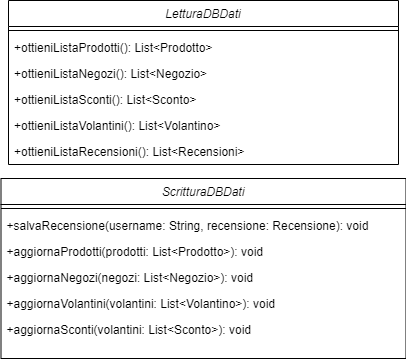
This is UML/DCLetturaScritturaDBDati.png from G15-UniTN/iSpesa, a draw.io export, as it was before one commit. Source tidied: cells renumbered, new cells last; positions are measured from the earlier drawing's top-left corner, leaving out a move shared by most shapes.
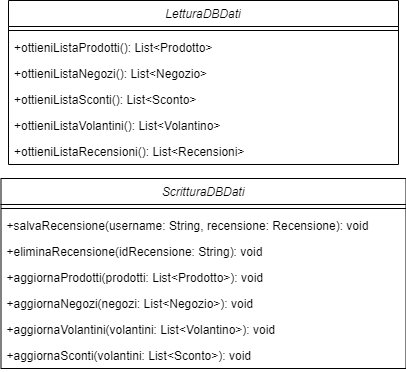
The same file after the commit.

What changed in the source:
```diff
@@ -24,7 +24,7 @@
       <mxGeometry y="138" width="390" height="26" as="geometry" />
     </mxCell>
     <mxCell id="9" value="ScritturaDBDati" style="swimlane;fontStyle=2;align=center;verticalAlign=top;horizontal=1;startSize=26;rounded=0;shadow=0;strokeWidth=1;" parent="1" vertex="1">
-      <mxGeometry x="-0.5" y="178" width="405" height="180" as="geometry" />
+      <mxGeometry x="-0.5" y="178" width="405" height="190" as="geometry" />
     </mxCell>
     <mxCell id="10" style="line;html=1;strokeWidth=1;align=left;verticalAlign=middle;spacingTop=-1;spacingLeft=3;spacingRight=3;labelPosition=right;" parent="9" vertex="1">
       <mxGeometry y="26" width="405" height="8" as="geometry" />
@@ -32,17 +32,20 @@
     <mxCell id="11" value="+salvaRecensione(username: String, recensione: Recensione): void" style="text;align=left;verticalAlign=top;spacingLeft=4;spacingRight=4;overflow=hidden;" parent="9" vertex="1">
       <mxGeometry y="34" width="405" height="26" as="geometry" />
     </mxCell>
+    <mxCell id="16" value="+eliminaRecensione(idRecensione: String): void" style="text;align=left;verticalAlign=top;spacingLeft=4;spacingRight=4;overflow=hidden;" parent="9" vertex="1">
+      <mxGeometry y="60" width="405" height="26" as="geometry" />
+    </mxCell>
     <mxCell id="12" value="+aggiornaProdotti(prodotti: List&lt;Prodotto&gt;): void" style="text;align=left;verticalAlign=top;spacingLeft=4;spacingRight=4;overflow=hidden;" parent="9" vertex="1">
-      <mxGeometry y="60" width="405" height="26" as="geometry" />
+      <mxGeometry y="86" width="405" height="26" as="geometry" />
     </mxCell>
     <mxCell id="13" value="+aggiornaNegozi(negozi: List&lt;Negozio&gt;): void" style="text;align=left;verticalAlign=top;spacingLeft=4;spacingRight=4;overflow=hidden;" parent="9" vertex="1">
-      <mxGeometry y="86" width="405" height="26" as="geometry" />
+      <mxGeometry y="112" width="405" height="26" as="geometry" />
     </mxCell>
     <mxCell id="14" value="+aggiornaVolantini(volantini: List&lt;Volantino&gt;): void" style="text;align=left;verticalAlign=top;spacingLeft=4;spacingRight=4;overflow=hidden;" parent="9" vertex="1">
-      <mxGeometry y="112" width="405" height="26" as="geometry" />
+      <mxGeometry y="138" width="405" height="26" as="geometry" />
     </mxCell>
     <mxCell id="15" value="+aggiornaSconti(volantini: List&lt;Sconto&gt;): void" style="text;align=left;verticalAlign=top;spacingLeft=4;spacingRight=4;overflow=hidden;" parent="9" vertex="1">
-      <mxGeometry y="138" width="405" height="26" as="geometry" />
+      <mxGeometry y="164" width="405" height="26" as="geometry" />
     </mxCell>
   </root>
 </mxGraphModel>
```
